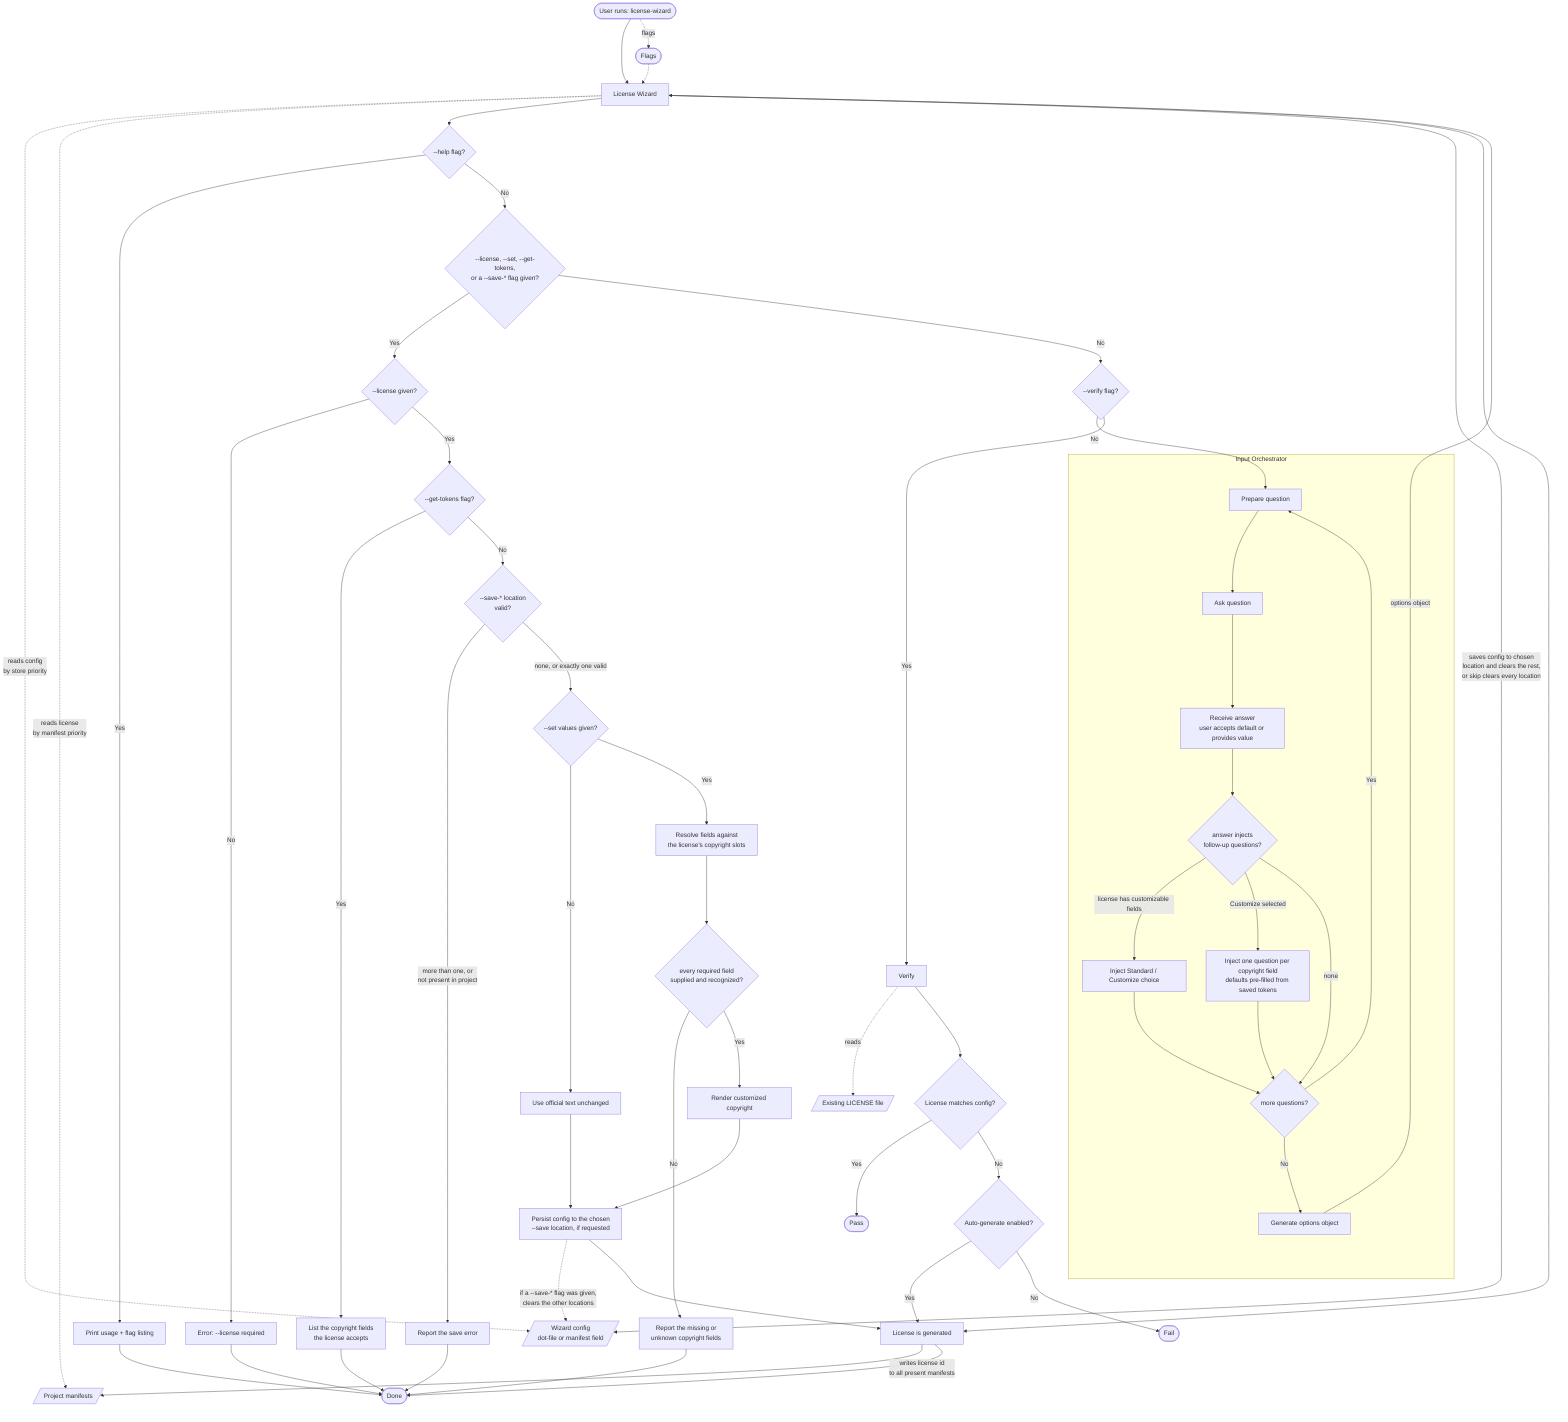
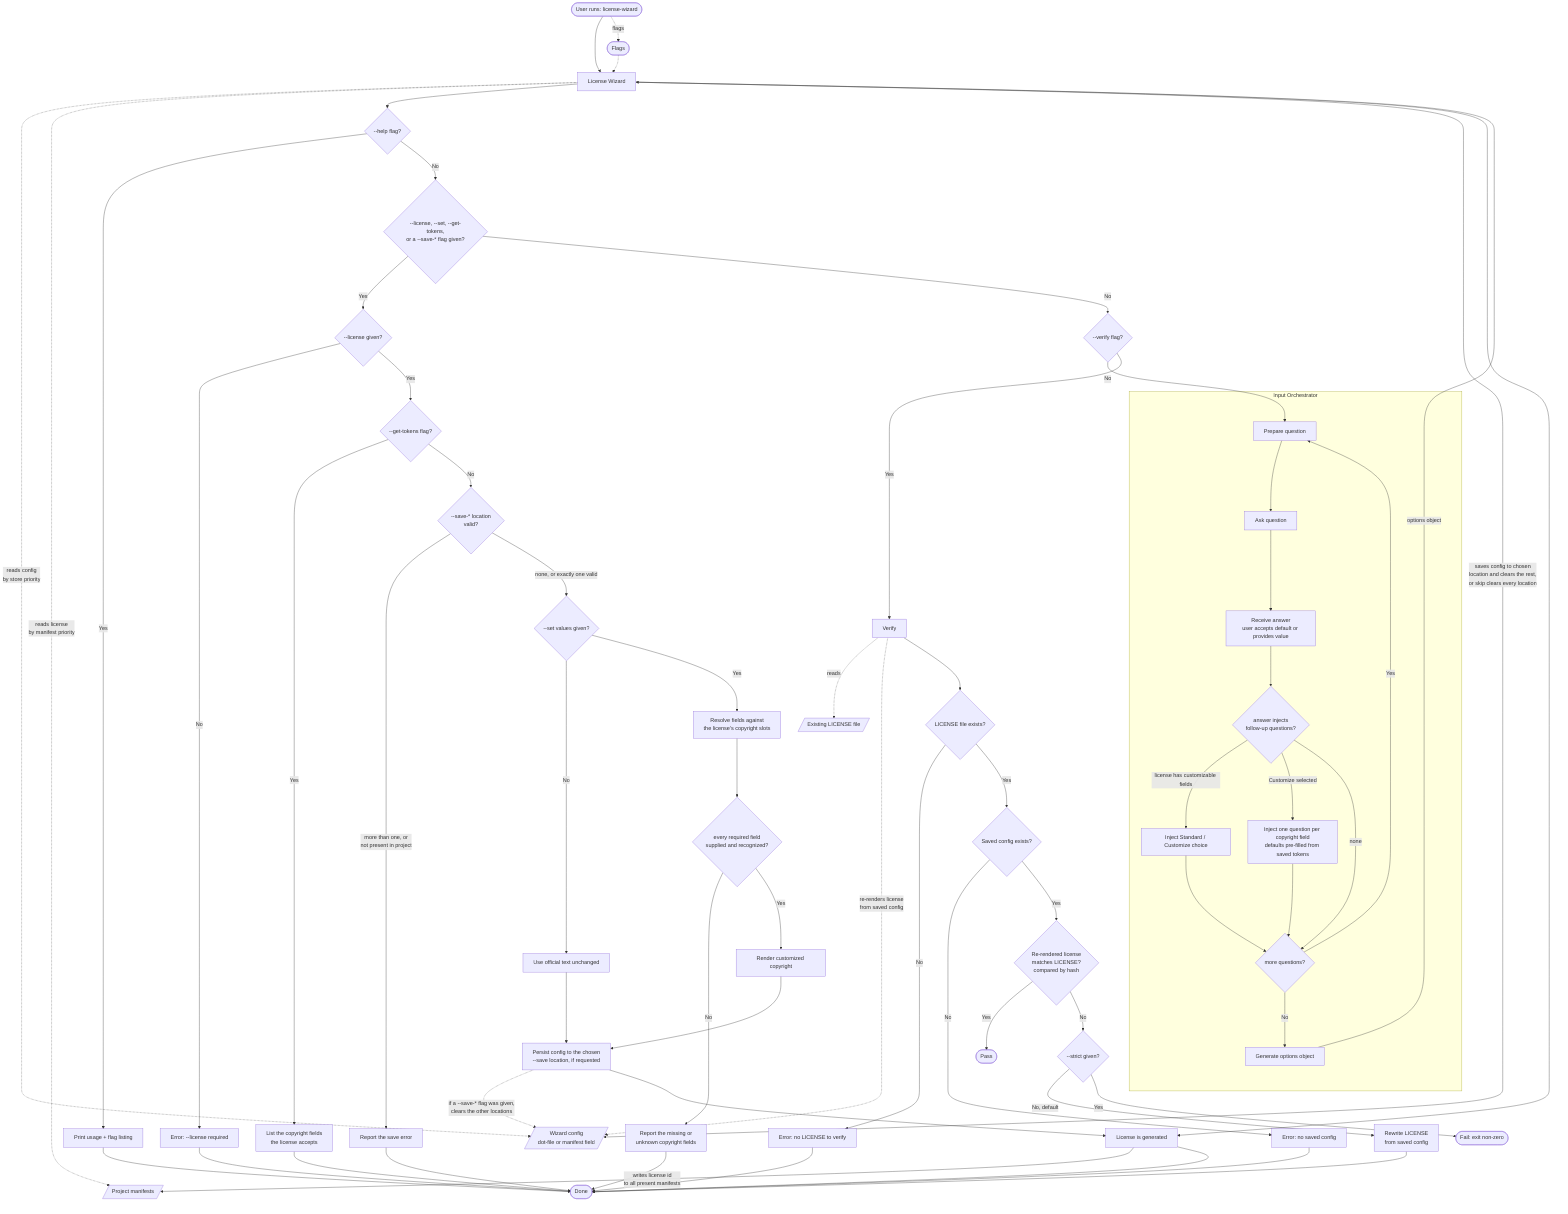
flowchart TD
    A([User runs: license-wizard]) --> LW[License Wizard]
    A -.->|flags| FL([Flags])
    FL -.-> LW
    LW -.->|reads config<br/>by store priority| LC[/Wizard config<br/>dot-file or manifest field/]
    LW -.->|reads license<br/>by manifest priority| PJ[/Project manifests/]

    LW --> HELP{--help flag?}

    %% ─── Help path ───
    HELP -->|Yes| HU[Print usage + flag listing]
    HU --> H

    HELP -->|No| NI{--license, --set, --get-tokens,<br/>or a --save-* flag given?}

    %% ─── Non-interactive CLI path ───
    NI -->|Yes| NIL{--license given?}
    NIL -->|No| ERRL[Error: --license required] --> H
    NIL -->|Yes| GT{--get-tokens flag?}
    GT -->|Yes| LT[List the copyright fields<br/>the license accepts] --> H
    GT -->|No| SV{--save-* location<br/>valid?}
    SV -->|more than one, or<br/>not present in project| ERRS[Report the save error] --> H
    SV -->|none, or exactly one valid| HS{--set values given?}
    HS -->|No| STD[Use official text unchanged]
    HS -->|Yes| RES[Resolve fields against<br/>the license's copyright slots]
    RES --> CHK{every required field<br/>supplied and recognized?}
    CHK -->|No| NEED[Report the missing or<br/>unknown copyright fields] --> H
    CHK -->|Yes| CUST[Render customized copyright]
    STD --> PSV
    CUST --> PSV
    PSV[Persist config to the chosen<br/>--save location, if requested]
    PSV -.->|if a --save-* flag was given,<br/>clears the other locations| LC
    PSV --> G

    NI -->|No| M{--verify flag?}

    %% ─── Interactive / generation path ───
    M -->|No| C

    subgraph IO [Input Orchestrator]
        C[Prepare question]
        C --> D[Ask question]
        D --> E[Receive answer<br/>user accepts default or provides value]
        E --> INJ{answer injects<br/>follow-up questions?}
        INJ -->|license has customizable fields| MODE[Inject Standard / Customize choice]
        INJ -->|Customize selected| FIELDS[Inject one question per copyright field<br/>defaults pre-filled from saved tokens]
        INJ -->|none| F
        MODE --> F
        FIELDS --> F
        F{more questions?}
        F -->|Yes| C
        F -->|No| OG[Generate options object]
    end

    OG -->|options object| LW
    LW -->|saves config to chosen<br/>location and clears the rest,<br/>or skip clears every location| LC
    LW --> G[License is generated]
    G -->|writes license id<br/>to all present manifests| PJ
    G --> H([Done])

-     %% ─── Verification path ───
+     %% ─── Verification path (standalone: ignores every other flag) ───
    M -->|Yes| V[Verify]
    V -.->|reads| EL[/Existing LICENSE file/]
-     V --> R{License matches config?}
+     V -.->|re-renders license<br/>from saved config| LC
+     V --> HASL{LICENSE file exists?}
+     HASL -->|No| ERRNL[Error: no LICENSE to verify] --> H
+     HASL -->|Yes| HASC{Saved config exists?}
+     HASC -->|No| ERRNC[Error: no saved config] --> H
+     HASC -->|Yes| R{Re-rendered license<br/>matches LICENSE?<br/>compared by hash}
    R -->|Yes| PASS([Pass])
-     R -->|No| AG{Auto-generate enabled?}
-     AG -->|Yes| G
-     AG -->|No| FAIL([Fail])
+     R -->|No| AG{--strict given?}
+     AG -->|No, default| G2[Rewrite LICENSE<br/>from saved config] --> H
+     AG -->|Yes| FAIL([Fail: exit non-zero])
